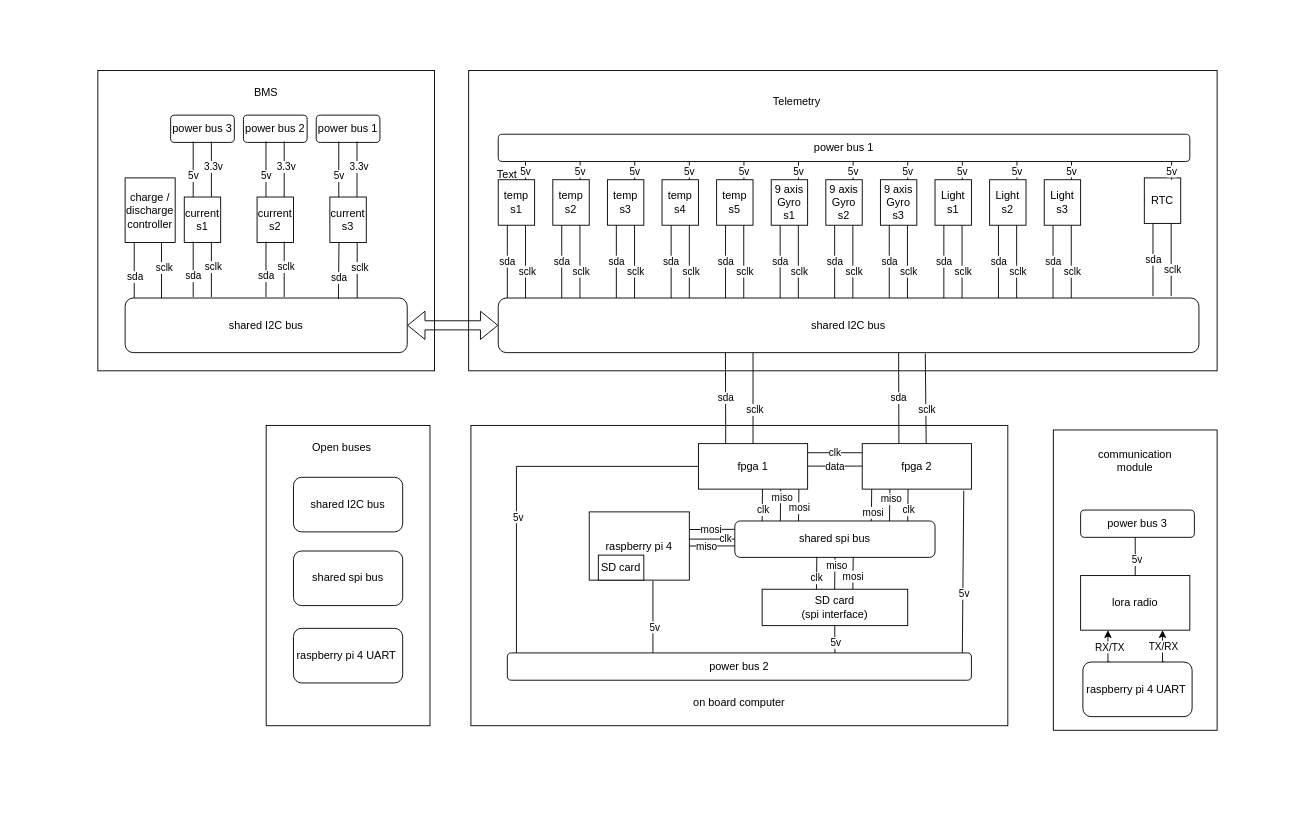
This is schematics/bus_diagram.drawio from Martin-Andonov/diplomna2024, a draw.io file, before an edit. Source tidied: cells renumbered, new cells numbered last; positions are measured from the earlier drawing's top-left corner, leaving out a move shared by most shapes. Both pictures are drawn from the tidied source at 91%, with x=0, y=0 at pixel (97, 70).
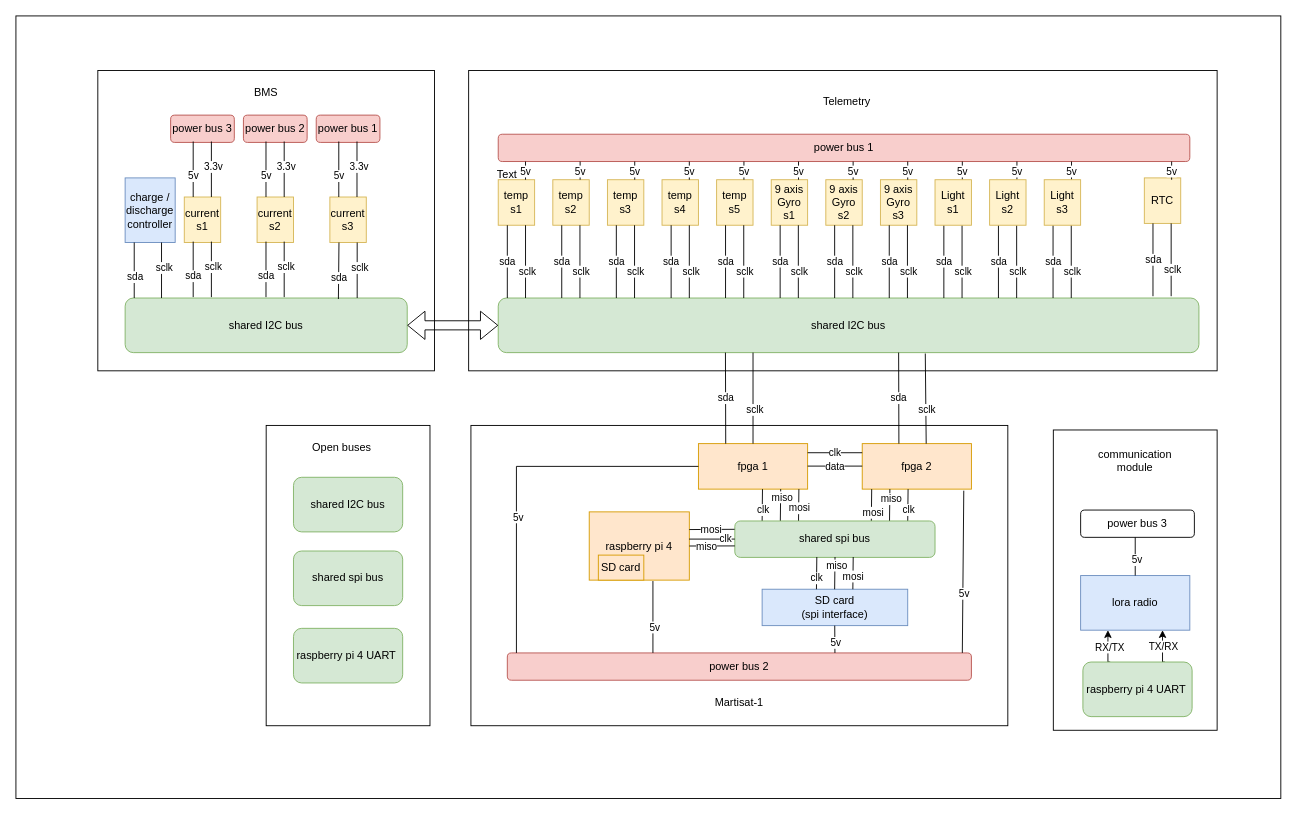
After the change.

What changed in the source:
```diff
@@
+    <mxCell id="183" style="rounded=0;whiteSpace=wrap;html=1;" parent="1" vertex="1">
+      <mxGeometry x="-90" y="-60" width="1390" height="860" as="geometry" />
+    </mxCell>
@@
-    <mxCell id="6" value="shared I2C bus" style="rounded=1;whiteSpace=wrap;html=1;" parent="1" vertex="1">
+    <mxCell id="6" value="shared I2C bus" style="rounded=1;whiteSpace=wrap;html=1;fillColor=#d5e8d4;strokeColor=#82b366;" parent="1" vertex="1">
       <mxGeometry x="440" y="250" width="770" height="60" as="geometry" />
     </mxCell>
-    <mxCell id="7" value="raspberry pi 4" style="rounded=0;whiteSpace=wrap;html=1;" parent="1" vertex="1">
+    <mxCell id="7" value="raspberry pi 4" style="rounded=0;whiteSpace=wrap;html=1;fillColor=#ffe6cc;strokeColor=#d79b00;" parent="1" vertex="1">
       <mxGeometry x="540" y="485" width="110" height="75" as="geometry" />
     </mxCell>
-    <mxCell id="8" value="fpga 1" style="rounded=0;whiteSpace=wrap;html=1;" parent="1" vertex="1">
+    <mxCell id="8" value="fpga 1" style="rounded=0;whiteSpace=wrap;html=1;fillColor=#ffe6cc;strokeColor=#d79b00;" parent="1" vertex="1">
       <mxGeometry x="660" y="410" width="120" height="50" as="geometry" />
     </mxCell>
-    <mxCell id="9" value="fpga 2" style="rounded=0;whiteSpace=wrap;html=1;" parent="1" vertex="1">
+    <mxCell id="9" value="fpga 2" style="rounded=0;whiteSpace=wrap;html=1;fillColor=#ffe6cc;strokeColor=#d79b00;" parent="1" vertex="1">
       <mxGeometry x="840" y="410" width="120" height="50" as="geometry" />
     </mxCell>
-    <mxCell id="10" value="temp&lt;div&gt;s1&lt;/div&gt;" style="rounded=0;whiteSpace=wrap;html=1;" parent="1" vertex="1">
+    <mxCell id="10" value="temp&lt;div&gt;s1&lt;/div&gt;" style="rounded=0;whiteSpace=wrap;html=1;fillColor=#fff2cc;strokeColor=#d6b656;" parent="1" vertex="1">
       <mxGeometry x="440" y="120" width="40" height="50" as="geometry" />
     </mxCell>
-    <mxCell id="11" value="temp&lt;div&gt;s2&lt;/div&gt;" style="rounded=0;whiteSpace=wrap;html=1;" parent="1" vertex="1">
+    <mxCell id="11" value="temp&lt;div&gt;s2&lt;/div&gt;" style="rounded=0;whiteSpace=wrap;html=1;fillColor=#fff2cc;strokeColor=#d6b656;" parent="1" vertex="1">
       <mxGeometry x="500" y="120" width="40" height="50" as="geometry" />
     </mxCell>
-    <mxCell id="12" value="temp&lt;div&gt;s3&lt;/div&gt;" style="rounded=0;whiteSpace=wrap;html=1;" parent="1" vertex="1">
+    <mxCell id="12" value="temp&lt;div&gt;s3&lt;/div&gt;" style="rounded=0;whiteSpace=wrap;html=1;fillColor=#fff2cc;strokeColor=#d6b656;" parent="1" vertex="1">
       <mxGeometry x="560" y="120" width="40" height="50" as="geometry" />
     </mxCell>
-    <mxCell id="13" value="temp&lt;div&gt;s4&lt;/div&gt;" style="rounded=0;whiteSpace=wrap;html=1;" parent="1" vertex="1">
+    <mxCell id="13" value="temp&lt;div&gt;s4&lt;/div&gt;" style="rounded=0;whiteSpace=wrap;html=1;fillColor=#fff2cc;strokeColor=#d6b656;" parent="1" vertex="1">
       <mxGeometry x="620" y="120" width="40" height="50" as="geometry" />
     </mxCell>
-    <mxCell id="14" value="SD card" style="rounded=0;whiteSpace=wrap;html=1;" parent="1" vertex="1">
+    <mxCell id="14" value="SD card" style="rounded=0;whiteSpace=wrap;html=1;fillColor=#ffe6cc;strokeColor=#d79b00;" parent="1" vertex="1">
       <mxGeometry x="550" y="532.5" width="50" height="27.5" as="geometry" />
     </mxCell>
-    <mxCell id="15" value="SD card&lt;div&gt;(spi interface)&lt;/div&gt;" style="rounded=0;whiteSpace=wrap;html=1;" parent="1" vertex="1">
+    <mxCell id="15" value="SD card&lt;div&gt;(spi interface)&lt;/div&gt;" style="rounded=0;whiteSpace=wrap;html=1;fillColor=#dae8fc;strokeColor=#6c8ebf;" parent="1" vertex="1">
       <mxGeometry x="730" y="570" width="160" height="40" as="geometry" />
     </mxCell>
-    <mxCell id="16" value="temp&lt;div&gt;s5&lt;/div&gt;" style="rounded=0;whiteSpace=wrap;html=1;" parent="1" vertex="1">
+    <mxCell id="16" value="temp&lt;div&gt;s5&lt;/div&gt;" style="rounded=0;whiteSpace=wrap;html=1;fillColor=#fff2cc;strokeColor=#d6b656;" parent="1" vertex="1">
       <mxGeometry x="680" y="120" width="40" height="50" as="geometry" />
     </mxCell>
-    <mxCell id="17" value="9 axis&lt;div&gt;Gyro s1&lt;/div&gt;" style="rounded=0;whiteSpace=wrap;html=1;" parent="1" vertex="1">
+    <mxCell id="17" value="9 axis&lt;div&gt;Gyro s1&lt;/div&gt;" style="rounded=0;whiteSpace=wrap;html=1;fillColor=#fff2cc;strokeColor=#d6b656;" parent="1" vertex="1">
       <mxGeometry x="740" y="120" width="40" height="50" as="geometry" />
     </mxCell>
-    <mxCell id="18" value="9 axis&lt;div&gt;Gyro s2&lt;/div&gt;" style="rounded=0;whiteSpace=wrap;html=1;" parent="1" vertex="1">
+    <mxCell id="18" value="9 axis&lt;div&gt;Gyro s2&lt;/div&gt;" style="rounded=0;whiteSpace=wrap;html=1;fillColor=#fff2cc;strokeColor=#d6b656;" parent="1" vertex="1">
       <mxGeometry x="800" y="120" width="40" height="50" as="geometry" />
     </mxCell>
-    <mxCell id="19" value="9 axis&lt;div&gt;Gyro s3&lt;/div&gt;" style="rounded=0;whiteSpace=wrap;html=1;" parent="1" vertex="1">
+    <mxCell id="19" value="9 axis&lt;div&gt;Gyro s3&lt;/div&gt;" style="rounded=0;whiteSpace=wrap;html=1;fillColor=#fff2cc;strokeColor=#d6b656;" parent="1" vertex="1">
       <mxGeometry x="860" y="120" width="40" height="50" as="geometry" />
     </mxCell>
-    <mxCell id="20" value="current&lt;div&gt;s1&lt;/div&gt;" style="rounded=0;whiteSpace=wrap;html=1;" parent="1" vertex="1">
+    <mxCell id="20" value="current&lt;div&gt;s1&lt;/div&gt;" style="rounded=0;whiteSpace=wrap;html=1;fillColor=#fff2cc;strokeColor=#d6b656;" parent="1" vertex="1">
       <mxGeometry x="95" y="139" width="40" height="50" as="geometry" />
     </mxCell>
-    <mxCell id="21" value="current&lt;div&gt;s2&lt;/div&gt;" style="rounded=0;whiteSpace=wrap;html=1;" parent="1" vertex="1">
+    <mxCell id="21" value="current&lt;div&gt;s2&lt;/div&gt;" style="rounded=0;whiteSpace=wrap;html=1;fillColor=#fff2cc;strokeColor=#d6b656;" parent="1" vertex="1">
       <mxGeometry x="175" y="139" width="40" height="50" as="geometry" />
     </mxCell>
-    <mxCell id="22" value="current&lt;div&gt;s3&lt;/div&gt;" style="rounded=0;whiteSpace=wrap;html=1;" parent="1" vertex="1">
+    <mxCell id="22" value="current&lt;div&gt;s3&lt;/div&gt;" style="rounded=0;whiteSpace=wrap;html=1;fillColor=#fff2cc;strokeColor=#d6b656;" parent="1" vertex="1">
       <mxGeometry x="255" y="139" width="40" height="50" as="geometry" />
     </mxCell>
     <mxCell id="23" value="Telemetry&amp;nbsp;" style="text;html=1;align=center;verticalAlign=middle;whiteSpace=wrap;rounded=0;" parent="1" vertex="1">
-      <mxGeometry x="670" y="19" width="200" height="30" as="geometry" />
+      <mxGeometry x="725" y="19" width="200" height="30" as="geometry" />
     </mxCell>
@@
-    <mxCell id="71" value="shared I2C bus" style="rounded=1;whiteSpace=wrap;html=1;" parent="1" vertex="1">
+    <mxCell id="71" value="shared I2C bus" style="rounded=1;whiteSpace=wrap;html=1;fillColor=#d5e8d4;strokeColor=#82b366;" parent="1" vertex="1">
       <mxGeometry x="30" y="250" width="310" height="60" as="geometry" />
     </mxCell>
@@
-    <mxCell id="77" value="power bus 1" style="rounded=1;whiteSpace=wrap;html=1;" parent="1" vertex="1">
+    <mxCell id="77" value="power bus 1" style="rounded=1;whiteSpace=wrap;html=1;fillColor=#f8cecc;strokeColor=#b85450;" parent="1" vertex="1">
       <mxGeometry x="240" y="49" width="70" height="30" as="geometry" />
     </mxCell>
@@
-    <mxCell id="82" value="power bus 1" style="rounded=1;whiteSpace=wrap;html=1;" parent="1" vertex="1">
+    <mxCell id="82" value="power bus 1" style="rounded=1;whiteSpace=wrap;html=1;fillColor=#f8cecc;strokeColor=#b85450;" parent="1" vertex="1">
       <mxGeometry x="440" y="70" width="760" height="30" as="geometry" />
     </mxCell>
@@
-    <mxCell id="109" value="power bus 2" style="rounded=1;whiteSpace=wrap;html=1;" parent="1" vertex="1">
+    <mxCell id="109" value="power bus 2" style="rounded=1;whiteSpace=wrap;html=1;fillColor=#f8cecc;strokeColor=#b85450;" parent="1" vertex="1">
       <mxGeometry x="160" y="49" width="70" height="30" as="geometry" />
     </mxCell>
@@
-    <mxCell id="114" value="power bus 3" style="rounded=1;whiteSpace=wrap;html=1;" parent="1" vertex="1">
+    <mxCell id="114" value="power bus 3" style="rounded=1;whiteSpace=wrap;html=1;fillColor=#f8cecc;strokeColor=#b85450;" parent="1" vertex="1">
       <mxGeometry x="80" y="49" width="70" height="30" as="geometry" />
     </mxCell>
@@
-    <mxCell id="121" value="charge /&lt;div&gt;discharge&lt;/div&gt;&lt;div&gt;controller&lt;/div&gt;" style="rounded=0;whiteSpace=wrap;html=1;" parent="1" vertex="1">
+    <mxCell id="121" value="charge /&lt;div&gt;discharge&lt;/div&gt;&lt;div&gt;controller&lt;/div&gt;" style="rounded=0;whiteSpace=wrap;html=1;fillColor=#dae8fc;strokeColor=#6c8ebf;" parent="1" vertex="1">
       <mxGeometry x="30" y="118" width="55" height="71" as="geometry" />
     </mxCell>
@@
-    <mxCell id="126" value="power bus 2" style="rounded=1;whiteSpace=wrap;html=1;" parent="1" vertex="1">
+    <mxCell id="126" value="power bus 2" style="rounded=1;whiteSpace=wrap;html=1;fillColor=#f8cecc;strokeColor=#b85450;" parent="1" vertex="1">
       <mxGeometry x="450" y="640" width="510" height="30" as="geometry" />
     </mxCell>
@@
-    <mxCell id="134" value="shared spi bus" style="rounded=1;whiteSpace=wrap;html=1;" parent="1" vertex="1">
+    <mxCell id="134" value="shared spi bus" style="rounded=1;whiteSpace=wrap;html=1;fillColor=#d5e8d4;strokeColor=#82b366;" parent="1" vertex="1">
       <mxGeometry x="700" y="495" width="220" height="40" as="geometry" />
     </mxCell>
@@
-    <mxCell id="147" value="lora radio" style="rounded=0;whiteSpace=wrap;html=1;" parent="1" vertex="1">
+    <mxCell id="147" value="lora radio" style="rounded=0;whiteSpace=wrap;html=1;fillColor=#dae8fc;strokeColor=#6c8ebf;" parent="1" vertex="1">
       <mxGeometry x="1080" y="555" width="120" height="60" as="geometry" />
     </mxCell>
@@
-    <mxCell id="154" value="on board computer" style="text;html=1;align=center;verticalAlign=middle;whiteSpace=wrap;rounded=0;" parent="1" vertex="1">
+    <mxCell id="154" value="Martisat-1" style="text;html=1;align=center;verticalAlign=middle;whiteSpace=wrap;rounded=0;" parent="1" vertex="1">
       <mxGeometry x="640" y="680" width="130" height="30" as="geometry" />
     </mxCell>
-    <mxCell id="155" value="shared I2C bus" style="rounded=1;whiteSpace=wrap;html=1;" parent="1" vertex="1">
+    <mxCell id="155" value="shared I2C bus" style="rounded=1;whiteSpace=wrap;html=1;fillColor=#d5e8d4;strokeColor=#82b366;" parent="1" vertex="1">
       <mxGeometry x="215" y="447" width="120" height="60" as="geometry" />
     </mxCell>
-    <mxCell id="156" value="shared spi bus" style="rounded=1;whiteSpace=wrap;html=1;" parent="1" vertex="1">
+    <mxCell id="156" value="shared spi bus" style="rounded=1;whiteSpace=wrap;html=1;fillColor=#d5e8d4;strokeColor=#82b366;" parent="1" vertex="1">
       <mxGeometry x="215" y="528" width="120" height="60" as="geometry" />
     </mxCell>
-    <mxCell id="157" value="raspberry pi 4 UART&amp;nbsp;" style="rounded=1;whiteSpace=wrap;html=1;" parent="1" vertex="1">
+    <mxCell id="157" value="raspberry pi 4 UART&amp;nbsp;" style="rounded=1;whiteSpace=wrap;html=1;fillColor=#d5e8d4;strokeColor=#82b366;" parent="1" vertex="1">
       <mxGeometry x="215" y="613" width="120" height="60" as="geometry" />
     </mxCell>
@@
-    <mxCell id="159" value="Light&lt;div&gt;s1&lt;/div&gt;" style="rounded=0;whiteSpace=wrap;html=1;" parent="1" vertex="1">
+    <mxCell id="159" value="Light&lt;div&gt;s1&lt;/div&gt;" style="rounded=0;whiteSpace=wrap;html=1;fillColor=#fff2cc;strokeColor=#d6b656;" parent="1" vertex="1">
       <mxGeometry x="920" y="120" width="40" height="50" as="geometry" />
     </mxCell>
@@
-    <mxCell id="165" value="Light&lt;div&gt;s2&lt;/div&gt;" style="rounded=0;whiteSpace=wrap;html=1;" parent="1" vertex="1">
+    <mxCell id="165" value="Light&lt;div&gt;s2&lt;/div&gt;" style="rounded=0;whiteSpace=wrap;html=1;fillColor=#fff2cc;strokeColor=#d6b656;" parent="1" vertex="1">
       <mxGeometry x="980" y="120" width="40" height="50" as="geometry" />
     </mxCell>
@@
-    <mxCell id="171" value="Light&lt;div&gt;s3&lt;/div&gt;" style="rounded=0;whiteSpace=wrap;html=1;" parent="1" vertex="1">
+    <mxCell id="171" value="Light&lt;div&gt;s3&lt;/div&gt;" style="rounded=0;whiteSpace=wrap;html=1;fillColor=#fff2cc;strokeColor=#d6b656;" parent="1" vertex="1">
       <mxGeometry x="1040" y="120" width="40" height="50" as="geometry" />
     </mxCell>
-    <mxCell id="172" value="RTC" style="rounded=0;whiteSpace=wrap;html=1;" parent="1" vertex="1">
+    <mxCell id="172" value="RTC" style="rounded=0;whiteSpace=wrap;html=1;fillColor=#fff2cc;strokeColor=#d6b656;" parent="1" vertex="1">
       <mxGeometry x="1150" y="118" width="40" height="50" as="geometry" />
     </mxCell>
@@
-    <mxCell id="182" value="raspberry pi 4 UART&amp;nbsp;" style="rounded=1;whiteSpace=wrap;html=1;" parent="1" vertex="1">
+    <mxCell id="182" value="raspberry pi 4 UART&amp;nbsp;" style="rounded=1;whiteSpace=wrap;html=1;fillColor=#d5e8d4;strokeColor=#82b366;" parent="1" vertex="1">
       <mxGeometry x="1082.5" y="650" width="120" height="60" as="geometry" />
     </mxCell>
```
